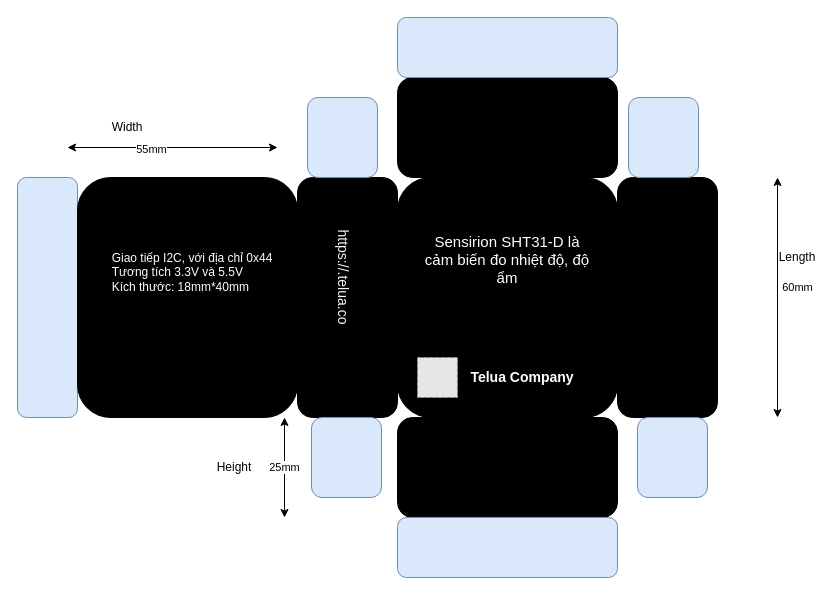
Above: hopnhua/box.drawio in letrthong/sensor_docs (draw.io), before the change. Source tidied: cells renumbered, new cells numbered last; positions are measured from the earlier drawing's top-left corner, leaving out a move shared by most shapes. Both pictures are drawn from the tidied source at 100%, with x=0, y=0 at pixel (17, 17). Pictures stored in the file or linked from it are replaced by grey dashed boxes.
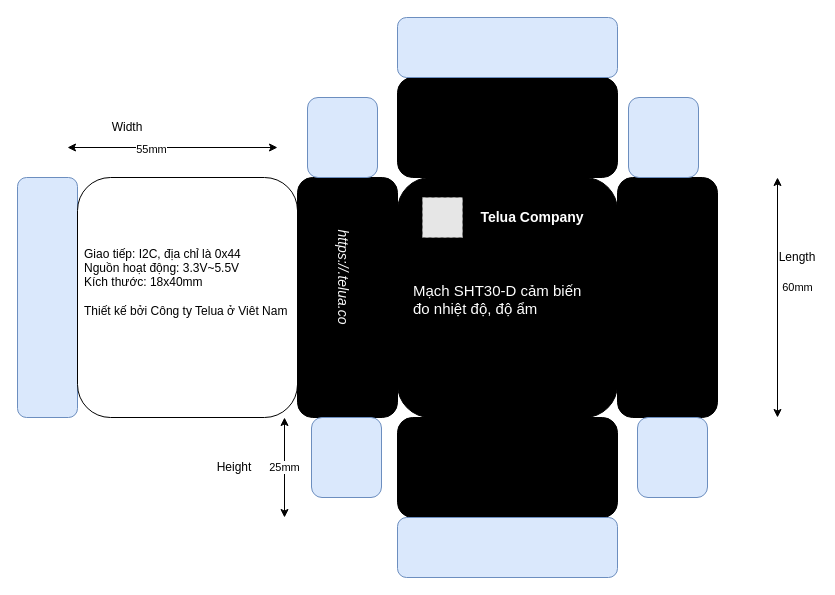
The same page after the edit.

The edit, as a diff of the source:
```diff
@@
-    <mxCell id="3" style="rounded=1;whiteSpace=wrap;html=1;strokeColor=#000000;fillColor=#000000;" parent="1" vertex="1">
+    <mxCell id="3" style="rounded=1;whiteSpace=wrap;html=1;" parent="1" vertex="1">
       <mxGeometry x="60" y="160" width="220" height="240" as="geometry" />
     </mxCell>
@@
-    <mxCell id="12" value="&lt;font color=&quot;#f7f7f7&quot; style=&quot;font-size: 14px&quot;&gt;https://.telua.co&lt;/font&gt;" style="text;html=1;strokeColor=none;fillColor=none;align=center;verticalAlign=middle;whiteSpace=wrap;rounded=0;rotation=90;" parent="1" vertex="1">
+    <mxCell id="12" value="&lt;font color=&quot;#f7f7f7&quot; style=&quot;font-size: 14px&quot;&gt;&lt;i&gt;https://.telua.co&lt;/i&gt;&lt;/font&gt;" style="text;html=1;strokeColor=none;fillColor=none;align=center;verticalAlign=middle;whiteSpace=wrap;rounded=0;rotation=90;" parent="1" vertex="1">
       <mxGeometry x="271" y="250" width="110" height="20" as="geometry" />
     </mxCell>
@@
     <mxCell id="17" style="fillColor=#E6E6E6;strokeColor=#999999;dashed=1;verticalLabelPosition=bottom;verticalAlign=top;" parent="1" vertex="1">
-      <mxGeometry x="400" y="340" width="40" height="40" as="geometry" />
+      <mxGeometry x="405" y="180" width="40" height="40" as="geometry" />
     </mxCell>
     <mxCell id="18" value="&lt;font color=&quot;#ffffff&quot; style=&quot;font-size: 14px&quot;&gt;&lt;b&gt;Telua Company&lt;/b&gt;&lt;/font&gt;" style="text;html=1;strokeColor=none;fillColor=none;align=center;verticalAlign=middle;whiteSpace=wrap;rounded=0;" parent="1" vertex="1">
-      <mxGeometry x="450" y="340" width="110" height="40" as="geometry" />
+      <mxGeometry x="460" y="180" width="110" height="40" as="geometry" />
     </mxCell>
@@
-    <mxCell id="26" value="&lt;font color=&quot;#ffffff&quot; style=&quot;font-size: 15px&quot;&gt;Sensirion SHT31-D là cảm biến đo nhiệt độ, độ ẩm&lt;br&gt;&lt;br&gt;&lt;br&gt;&lt;/font&gt;" style="text;html=1;strokeColor=none;fillColor=none;align=center;verticalAlign=middle;whiteSpace=wrap;rounded=0;" parent="1" vertex="1">
-      <mxGeometry x="405" y="210" width="170" height="100" as="geometry" />
+    <mxCell id="26" value="&lt;div style=&quot;text-align: left&quot;&gt;&lt;span style=&quot;font-size: 15px ; color: rgb(255 , 255 , 255)&quot;&gt;Mạch SHT30-D cảm biến đo nhiệt độ, độ ẩm&lt;/span&gt;&lt;/div&gt;&lt;font color=&quot;#ffffff&quot; style=&quot;font-size: 15px&quot;&gt;&lt;br&gt;&lt;br&gt;&lt;/font&gt;" style="text;html=1;strokeColor=none;fillColor=none;align=center;verticalAlign=middle;whiteSpace=wrap;rounded=0;" parent="1" vertex="1">
+      <mxGeometry x="395" y="250" width="190" height="100" as="geometry" />
     </mxCell>
-    <mxCell id="27" value="&lt;font color=&quot;#ffffff&quot;&gt;Giao tiếp I2C, với địa chỉ 0x44&lt;br&gt;&lt;div style=&quot;text-align: left&quot;&gt;&lt;span&gt;Tương tích 3.3V và 5.5V&lt;/span&gt;&lt;/div&gt;&lt;div style=&quot;text-align: left&quot;&gt;&lt;span&gt;Kích thước: 18mm*40mm&lt;br&gt;&lt;/span&gt;&lt;/div&gt;&lt;/font&gt;" style="text;html=1;strokeColor=none;fillColor=none;align=center;verticalAlign=middle;whiteSpace=wrap;rounded=0;" parent="1" vertex="1">
-      <mxGeometry x="90" y="210" width="170" height="90" as="geometry" />
+    <mxCell id="27" value="&lt;div&gt;Giao tiếp: I2C, địa chỉ là 0x44&lt;/div&gt;&lt;div&gt;&lt;span&gt;&#9;&#9;&lt;/span&gt;Nguồn hoạt động: 3.3V~5.5V&lt;/div&gt;&lt;div&gt;&lt;span&gt;&#9;&#9;&lt;/span&gt;Kích thước: 18x40mm&lt;/div&gt;&lt;div&gt;&lt;br&gt;&lt;/div&gt;&lt;div&gt;&lt;span&gt;&#9;&#9;&lt;/span&gt;&lt;/div&gt;&lt;div&gt;&lt;span&gt;&#9;&#9;&lt;/span&gt;Thiết kế bởi Công ty Telua ở Viêt Nam&lt;/div&gt;" style="text;html=1;strokeColor=none;fillColor=none;align=left;verticalAlign=middle;whiteSpace=wrap;rounded=0;" parent="1" vertex="1">
+      <mxGeometry x="65" y="220" width="210" height="90" as="geometry" />
     </mxCell>
+    <mxCell id="28" style="edgeStyle=orthogonalEdgeStyle;rounded=0;orthogonalLoop=1;jettySize=auto;html=1;exitX=0.5;exitY=1;exitDx=0;exitDy=0;" parent="1" edge="1" source="26" target="26">
+      <mxGeometry relative="1" as="geometry" />
+    </mxCell>
```
